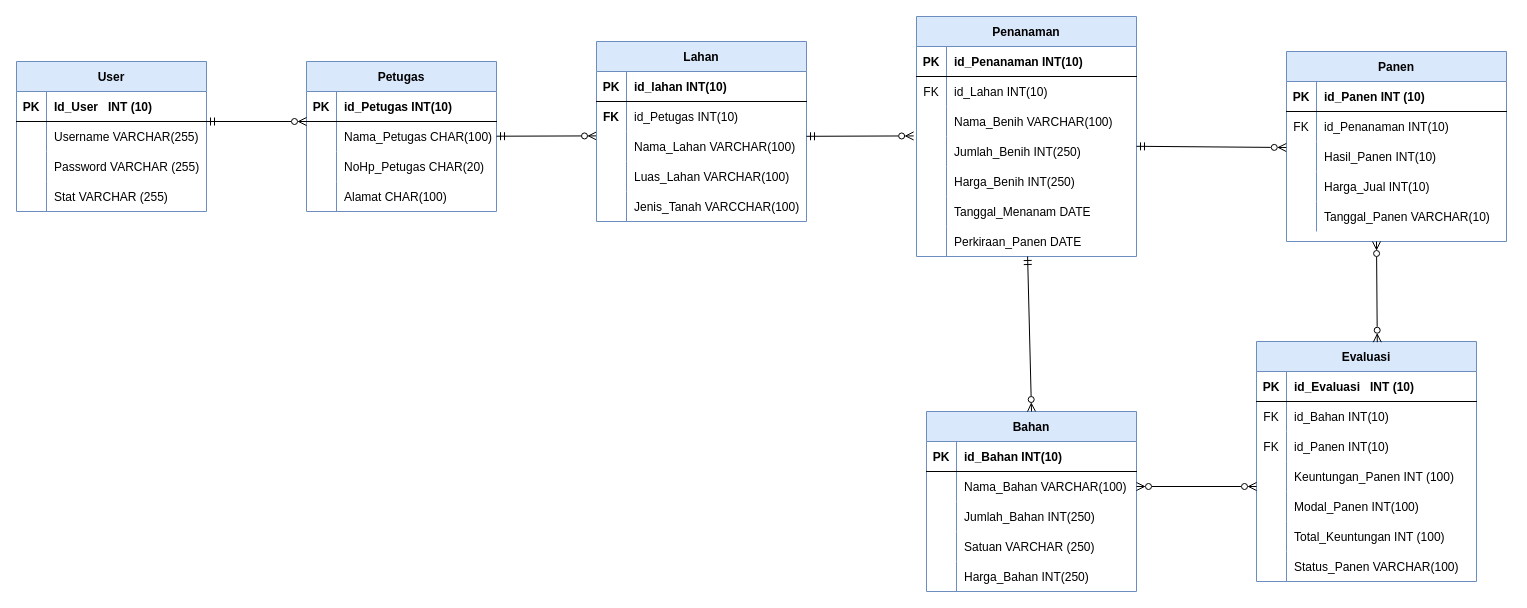
ramabhagadhara/IF214002 keeps this draw.io diagram as pertemuan 3/Pertemuan 3.drawio. Above is the earlier version. Source tidied: cells renumbered, new cells numbered last; positions are measured from the earlier drawing's top-left corner, leaving out a move shared by most shapes. Both pictures are drawn from the tidied source at 100%, with x=0, y=0 at pixel (16, 16).
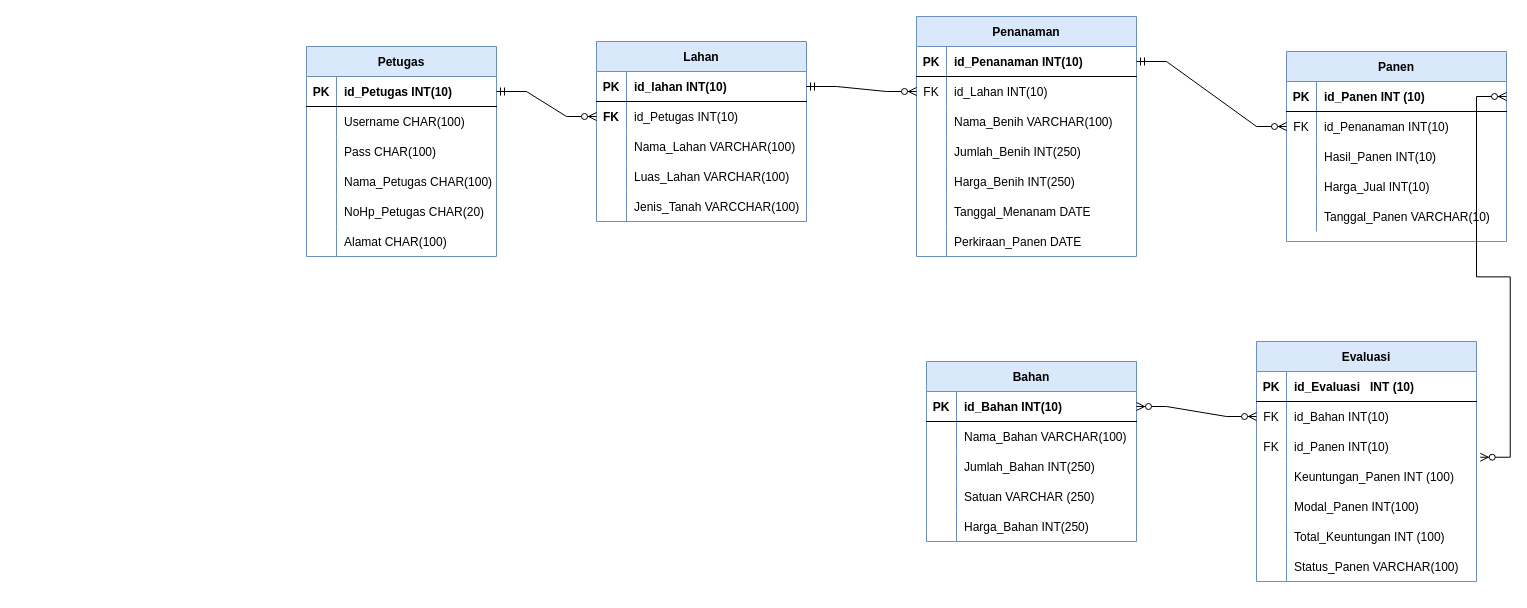
The same diagram, later.

Unchanged cells that the change refers to:
```xml
<mxCell id="3" style="shape=tableRow;horizontal=0;startSize=0;swimlaneHead=0;swimlaneBody=0;fillColor=none;points=[[0,0.5],[1,0.5]];portConstraint=eastwest;top=0;left=0;right=0;bottom=1;" parent="2" vertex="1">
  <mxGeometry y="30" width="220" height="30" as="geometry" />
</mxCell>
<mxCell id="6" style="shape=tableRow;horizontal=0;startSize=0;swimlaneHead=0;swimlaneBody=0;fillColor=none;points=[[0,0.5],[1,0.5]];portConstraint=eastwest;top=0;left=0;right=0;bottom=0;" parent="2" vertex="1">
  <mxGeometry y="60" width="220" height="30" as="geometry" />
</mxCell>
<mxCell id="9" style="shape=tableRow;horizontal=0;startSize=0;swimlaneHead=0;swimlaneBody=0;fillColor=none;points=[[0,0.5],[1,0.5]];portConstraint=eastwest;top=0;left=0;right=0;bottom=0;" parent="2" vertex="1">
  <mxGeometry y="90" width="220" height="30" as="geometry" />
</mxCell>
<mxCell id="22" style="shape=tableRow;horizontal=0;startSize=0;swimlaneHead=0;swimlaneBody=0;fillColor=none;points=[[0,0.5],[1,0.5]];portConstraint=eastwest;top=0;left=0;right=0;bottom=0;" parent="18" vertex="1">
  <mxGeometry y="60" width="220" height="30" as="geometry" />
</mxCell>
<mxCell id="25" style="shape=tableRow;horizontal=0;startSize=0;swimlaneHead=0;swimlaneBody=0;fillColor=none;points=[[0,0.5],[1,0.5]];portConstraint=eastwest;top=0;left=0;right=0;bottom=0;" parent="18" vertex="1">
  <mxGeometry y="90" width="220" height="30" as="geometry" />
</mxCell>
<mxCell id="37" style="shape=tableRow;horizontal=0;startSize=0;swimlaneHead=0;swimlaneBody=0;fillColor=none;points=[[0,0.5],[1,0.5]];portConstraint=eastwest;top=0;left=0;right=0;bottom=0;" parent="18" vertex="1">
  <mxGeometry y="210" width="220" height="30" as="geometry" />
</mxCell>
<mxCell id="41" style="shape=tableRow;horizontal=0;startSize=0;swimlaneHead=0;swimlaneBody=0;fillColor=none;points=[[0,0.5],[1,0.5]];portConstraint=eastwest;top=0;left=0;right=0;bottom=1;" parent="40" vertex="1">
  <mxGeometry y="30" width="190" height="30" as="geometry" />
</mxCell>
<mxCell id="67" style="shape=tableRow;horizontal=0;startSize=0;swimlaneHead=0;swimlaneBody=0;fillColor=none;points=[[0,0.5],[1,0.5]];portConstraint=eastwest;top=0;left=0;right=0;bottom=1;" parent="66" vertex="1">
  <mxGeometry y="30" width="210" height="30" as="geometry" />
</mxCell>
<mxCell id="70" style="shape=tableRow;horizontal=0;startSize=0;swimlaneHead=0;swimlaneBody=0;fillColor=none;points=[[0,0.5],[1,0.5]];portConstraint=eastwest;top=0;left=0;right=0;bottom=0;" parent="66" vertex="1">
  <mxGeometry y="60" width="210" height="30" as="geometry" />
</mxCell>
<mxCell id="84" value="Evaluasi" style="shape=table;startSize=30;childLayout=tableLayout;rowLines=0;fontStyle=1;align=center;fillColor=#dae8fc;strokeColor=#6c8ebf;" parent="1" vertex="1">
  <mxGeometry x="1240" y="325" width="220" height="240" as="geometry" />
</mxCell>
<mxCell id="88" style="shape=tableRow;horizontal=0;startSize=0;swimlaneHead=0;swimlaneBody=0;fillColor=none;points=[[0,0.5],[1,0.5]];portConstraint=eastwest;top=0;left=0;right=0;bottom=0;" parent="84" vertex="1">
  <mxGeometry y="60" width="220" height="30" as="geometry" />
</mxCell>
<mxCell id="91" style="shape=tableRow;horizontal=0;startSize=0;swimlaneHead=0;swimlaneBody=0;fillColor=none;points=[[0,0.5],[1,0.5]];portConstraint=eastwest;top=0;left=0;right=0;bottom=0;" parent="84" vertex="1">
  <mxGeometry y="90" width="220" height="30" as="geometry" />
</mxCell>
<mxCell id="107" style="shape=tableRow;horizontal=0;startSize=0;swimlaneHead=0;swimlaneBody=0;fillColor=none;points=[[0,0.5],[1,0.5]];portConstraint=eastwest;top=0;left=0;right=0;bottom=1;" parent="106" vertex="1">
  <mxGeometry y="30" width="210" height="30" as="geometry" />
</mxCell>
<mxCell id="110" style="shape=tableRow;horizontal=0;startSize=0;swimlaneHead=0;swimlaneBody=0;fillColor=none;points=[[0,0.5],[1,0.5]];portConstraint=eastwest;top=0;left=0;right=0;bottom=0;" parent="106" vertex="1">
  <mxGeometry y="60" width="210" height="30" as="geometry" />
</mxCell>
```

Diff of the diagram source:
```diff
@@
     <mxCell id="40" value="Petugas" style="shape=table;startSize=30;childLayout=tableLayout;rowLines=0;fontStyle=1;align=center;fillColor=#dae8fc;strokeColor=#6c8ebf;" parent="1" vertex="1">
-      <mxGeometry x="290" y="45" width="190" height="150" as="geometry" />
+      <mxGeometry x="290" y="30" width="190" height="210" as="geometry" />
     </mxCell>
@@
+    <mxCell id="57" style="shape=tableRow;horizontal=0;startSize=0;swimlaneHead=0;swimlaneBody=0;fillColor=none;top=0;left=0;right=0;bottom=0;" parent="40" vertex="1">
+      <mxGeometry y="60" width="190" height="30" as="geometry" />
+    </mxCell>
+    <mxCell id="127" style="shape=partialRectangle;fillColor=none;top=0;left=0;bottom=0;right=0;overflow=hidden;" parent="57" vertex="1">
+      <mxGeometry width="30" height="30" as="geometry" />
+    </mxCell>
+    <mxCell id="128" value="Username CHAR(100)" style="shape=partialRectangle;fillColor=none;top=0;left=0;bottom=0;right=0;align=left;spacingLeft=6;overflow=hidden;" parent="57" vertex="1">
+      <mxGeometry x="30" width="160" height="30" as="geometry" />
+    </mxCell>
     <mxCell id="44" style="shape=tableRow;horizontal=0;startSize=0;swimlaneHead=0;swimlaneBody=0;fillColor=none;points=[[0,0.5],[1,0.5]];portConstraint=eastwest;top=0;left=0;right=0;bottom=0;" parent="40" vertex="1">
-      <mxGeometry y="60" width="190" height="30" as="geometry" />
+      <mxGeometry y="90" width="190" height="30" as="geometry" />
     </mxCell>
@@
-    <mxCell id="46" value="Nama_Petugas CHAR(100)" style="shape=partialRectangle;fillColor=none;top=0;left=0;bottom=0;right=0;align=left;spacingLeft=6;overflow=hidden;" parent="44" vertex="1">
+    <mxCell id="46" value="Pass CHAR(100)" style="shape=partialRectangle;fillColor=none;top=0;left=0;bottom=0;right=0;align=left;spacingLeft=6;overflow=hidden;" parent="44" vertex="1">
       <mxGeometry x="30" width="160" height="30" as="geometry" />
     </mxCell>
+    <mxCell id="63" style="shape=tableRow;horizontal=0;startSize=0;swimlaneHead=0;swimlaneBody=0;fillColor=none;top=0;left=0;right=0;bottom=0;" parent="40" vertex="1">
+      <mxGeometry y="120" width="190" height="30" as="geometry" />
+    </mxCell>
+    <mxCell id="129" style="shape=partialRectangle;fillColor=none;top=0;left=0;bottom=0;right=0;overflow=hidden;" parent="63" vertex="1">
+      <mxGeometry width="30" height="30" as="geometry" />
+    </mxCell>
+    <mxCell id="130" value="Nama_Petugas CHAR(100)" style="shape=partialRectangle;fillColor=none;top=0;left=0;bottom=0;right=0;align=left;spacingLeft=6;overflow=hidden;" parent="63" vertex="1">
+      <mxGeometry x="30" width="160" height="30" as="geometry" />
+    </mxCell>
     <mxCell id="47" style="shape=tableRow;horizontal=0;startSize=0;swimlaneHead=0;swimlaneBody=0;fillColor=none;top=0;left=0;right=0;bottom=0;" parent="40" vertex="1">
-      <mxGeometry y="90" width="190" height="30" as="geometry" />
+      <mxGeometry y="150" width="190" height="30" as="geometry" />
     </mxCell>
@@
     <mxCell id="50" style="shape=tableRow;horizontal=0;startSize=0;swimlaneHead=0;swimlaneBody=0;fillColor=none;top=0;left=0;right=0;bottom=0;" parent="40" vertex="1">
-      <mxGeometry y="120" width="190" height="30" as="geometry" />
+      <mxGeometry y="180" width="190" height="30" as="geometry" />
     </mxCell>
@@
-    <mxCell id="53" value="User" style="shape=table;startSize=30;childLayout=tableLayout;rowLines=0;fontStyle=1;align=center;fillColor=#dae8fc;strokeColor=#6c8ebf;" parent="1" vertex="1">
-      <mxGeometry y="45" width="190" height="150" as="geometry" />
-    </mxCell>
-    <mxCell id="54" style="shape=tableRow;horizontal=0;startSize=0;swimlaneHead=0;swimlaneBody=0;fillColor=none;top=0;left=0;right=0;bottom=1;" parent="53" vertex="1">
-      <mxGeometry y="30" width="190" height="30" as="geometry" />
-    </mxCell>
-    <mxCell id="55" value="PK" style="shape=partialRectangle;fillColor=none;top=0;left=0;bottom=0;right=0;fontStyle=1;overflow=hidden;" parent="54" vertex="1">
-      <mxGeometry width="30" height="30" as="geometry" />
-    </mxCell>
-    <mxCell id="56" value="Id_User   INT (10)" style="shape=partialRectangle;fillColor=none;top=0;left=0;bottom=0;right=0;align=left;spacingLeft=6;fontStyle=1;overflow=hidden;" parent="54" vertex="1">
-      <mxGeometry x="30" width="160" height="30" as="geometry" />
-    </mxCell>
-    <mxCell id="57" style="shape=tableRow;horizontal=0;startSize=0;swimlaneHead=0;swimlaneBody=0;fillColor=none;top=0;left=0;right=0;bottom=0;" parent="53" vertex="1">
-      <mxGeometry y="60" width="190" height="30" as="geometry" />
-    </mxCell>
-    <mxCell id="58" style="shape=partialRectangle;fillColor=none;top=0;left=0;bottom=0;right=0;overflow=hidden;" parent="57" vertex="1">
-      <mxGeometry width="30" height="30" as="geometry" />
-    </mxCell>
-    <mxCell id="59" value="Username VARCHAR(255)" style="shape=partialRectangle;fillColor=none;top=0;left=0;bottom=0;right=0;align=left;spacingLeft=6;overflow=hidden;" parent="57" vertex="1">
-      <mxGeometry x="30" width="160" height="30" as="geometry" />
-    </mxCell>
-    <mxCell id="60" style="shape=tableRow;horizontal=0;startSize=0;swimlaneHead=0;swimlaneBody=0;fillColor=none;top=0;left=0;right=0;bottom=0;" parent="53" vertex="1">
-      <mxGeometry y="90" width="190" height="30" as="geometry" />
-    </mxCell>
-    <mxCell id="61" style="shape=partialRectangle;fillColor=none;top=0;left=0;bottom=0;right=0;overflow=hidden;" parent="60" vertex="1">
-      <mxGeometry width="30" height="30" as="geometry" />
-    </mxCell>
-    <mxCell id="62" value="Password VARCHAR (255)" style="shape=partialRectangle;fillColor=none;top=0;left=0;bottom=0;right=0;align=left;spacingLeft=6;overflow=hidden;" parent="60" vertex="1">
-      <mxGeometry x="30" width="160" height="30" as="geometry" />
-    </mxCell>
-    <mxCell id="63" style="shape=tableRow;horizontal=0;startSize=0;swimlaneHead=0;swimlaneBody=0;fillColor=none;top=0;left=0;right=0;bottom=0;" parent="53" vertex="1">
-      <mxGeometry y="120" width="190" height="30" as="geometry" />
-    </mxCell>
-    <mxCell id="64" style="shape=partialRectangle;fillColor=none;top=0;left=0;bottom=0;right=0;overflow=hidden;" parent="63" vertex="1">
-      <mxGeometry width="30" height="30" as="geometry" />
-    </mxCell>
-    <mxCell id="65" value="Stat VARCHAR (255)" style="shape=partialRectangle;fillColor=none;top=0;left=0;bottom=0;right=0;align=left;spacingLeft=6;overflow=hidden;" parent="63" vertex="1">
-      <mxGeometry x="30" width="160" height="30" as="geometry" />
-    </mxCell>
     <mxCell id="66" value="Bahan" style="shape=table;startSize=30;childLayout=tableLayout;rowLines=0;fontStyle=1;align=center;fillColor=#dae8fc;strokeColor=#6c8ebf;" parent="1" vertex="1">
-      <mxGeometry x="910" y="395" width="210" height="180" as="geometry" />
+      <mxGeometry x="910" y="345" width="210" height="180" as="geometry" />
     </mxCell>
@@
-    <mxCell id="82" style="endArrow=ERzeroToMany;startArrow=ERmandOne;html=1;rounded=0;startFill=0;endFill=0;" parent="1" edge="1">
-      <mxGeometry relative="1" as="geometry">
-        <mxPoint x="190" y="105" as="sourcePoint" />
-        <mxPoint x="290" y="105" as="targetPoint" />
-      </mxGeometry>
-    </mxCell>
-    <mxCell id="83" style="endArrow=ERzeroToMany;startArrow=ERmandOne;html=1;rounded=0;startFill=0;endFill=0;" parent="1" edge="1" source="44">
-      <mxGeometry relative="1" as="geometry">
-        <mxPoint x="580" y="119.4" as="targetPoint" />
-      </mxGeometry>
-    </mxCell>
@@
-    <mxCell id="122" style="endArrow=ERzeroToMany;startArrow=ERmandOne;html=1;rounded=0;startFill=0;endFill=0;entryX=-0.013;entryY=0.981;entryDx=0;entryDy=0;entryPerimeter=0;" parent="1" edge="1" target="25">
-      <mxGeometry relative="1" as="geometry">
-        <mxPoint x="790" y="119.8" as="sourcePoint" />
-      </mxGeometry>
-    </mxCell>
-    <mxCell id="123" style="endArrow=ERzeroToMany;startArrow=ERmandOne;html=1;rounded=0;startFill=0;endFill=0;entryX=-0.001;entryY=0.2;entryDx=0;entryDy=0;entryPerimeter=0;" parent="1" edge="1" target="9">
-      <mxGeometry relative="1" as="geometry">
-        <mxPoint x="1120" y="129.8" as="sourcePoint" />
-      </mxGeometry>
-    </mxCell>
-    <mxCell id="124" style="endArrow=ERzeroToMany;startArrow=ERmandOne;html=1;rounded=0;startFill=0;endFill=0;entryX=0.5;entryY=0;entryDx=0;entryDy=0;exitX=0.505;exitY=1;exitDx=0;exitDy=0;exitPerimeter=0;" parent="1" edge="1" source="37" target="66">
-      <mxGeometry relative="1" as="geometry" />
-    </mxCell>
-    <mxCell id="125" style="endArrow=ERzeroToMany;html=1;rounded=0;exitX=1;exitY=0.5;exitDx=0;exitDy=0;startArrow=ERzeroToMany;startFill=0;endFill=0;" parent="1" edge="1" source="70">
-      <mxGeometry relative="1" as="geometry">
-        <mxPoint x="1240" y="470" as="targetPoint" />
-      </mxGeometry>
-    </mxCell>
-    <mxCell id="126" style="endArrow=ERzeroToMany;html=1;rounded=0;exitX=0.549;exitY=0.003;exitDx=0;exitDy=0;exitPerimeter=0;startArrow=ERzeroToMany;startFill=0;endFill=0;" parent="1" edge="1" source="84">
-      <mxGeometry relative="1" as="geometry">
-        <mxPoint x="1360" y="225" as="targetPoint" />
-      </mxGeometry>
-    </mxCell>
+    <mxCell id="131" style="edgeStyle=entityRelationEdgeStyle;fontSize=12;html=1;endArrow=ERzeroToMany;startArrow=ERmandOne;rounded=0;entryX=0;entryY=0.5;entryDx=0;entryDy=0;exitX=1;exitY=0.5;exitDx=0;exitDy=0;" parent="1" edge="1" source="41" target="110">
+      <mxGeometry relative="1" as="geometry" />
+    </mxCell>
+    <mxCell id="132" style="edgeStyle=entityRelationEdgeStyle;fontSize=12;html=1;endArrow=ERzeroToMany;startArrow=ERmandOne;rounded=0;entryX=0;entryY=0.5;entryDx=0;entryDy=0;exitX=1;exitY=0.5;exitDx=0;exitDy=0;" parent="1" edge="1" source="107" target="22">
+      <mxGeometry relative="1" as="geometry" />
+    </mxCell>
+    <mxCell id="133" style="edgeStyle=entityRelationEdgeStyle;fontSize=12;html=1;endArrow=ERzeroToMany;startArrow=ERmandOne;rounded=0;entryX=0;entryY=0.5;entryDx=0;entryDy=0;exitX=1;exitY=0.5;exitDx=0;exitDy=0;" parent="1" edge="1" target="6">
+      <mxGeometry relative="1" as="geometry">
+        <mxPoint x="1120" y="45" as="sourcePoint" />
+      </mxGeometry>
+    </mxCell>
+    <mxCell id="134" style="edgeStyle=entityRelationEdgeStyle;fontSize=12;html=1;endArrow=ERzeroToMany;endFill=1;startArrow=ERzeroToMany;rounded=0;exitX=1;exitY=0.5;exitDx=0;exitDy=0;entryX=1.017;entryY=0.858;entryDx=0;entryDy=0;entryPerimeter=0;" parent="1" edge="1" source="3" target="91">
+      <mxGeometry relative="1" as="geometry" />
+    </mxCell>
+    <mxCell id="135" style="edgeStyle=entityRelationEdgeStyle;fontSize=12;html=1;endArrow=ERzeroToMany;endFill=1;startArrow=ERzeroToMany;rounded=0;exitX=0;exitY=0.5;exitDx=0;exitDy=0;entryX=1;entryY=0.5;entryDx=0;entryDy=0;" parent="1" edge="1" source="88" target="67">
+      <mxGeometry relative="1" as="geometry" />
+    </mxCell>
```
